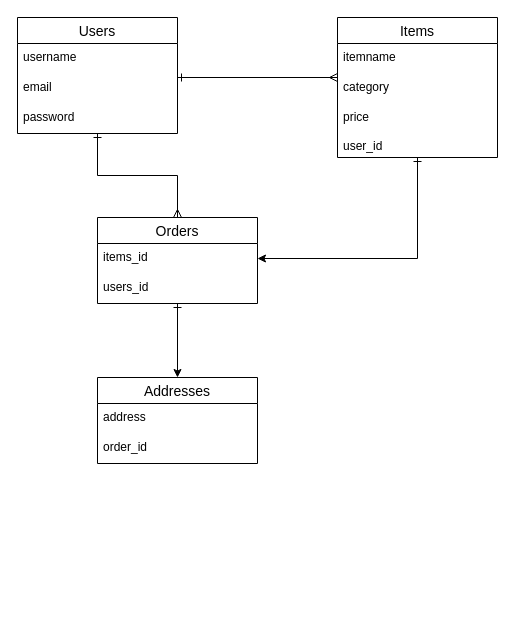
The draw.io diagram test.dio in nishikori0120/furima-165221, before the edit. Source tidied: cells renumbered, new cells numbered last; positions are measured from the earlier drawing's top-left corner, leaving out a move shared by most shapes. Both pictures are drawn from the tidied source at 100%, with x=0, y=0 at pixel (17, 17).
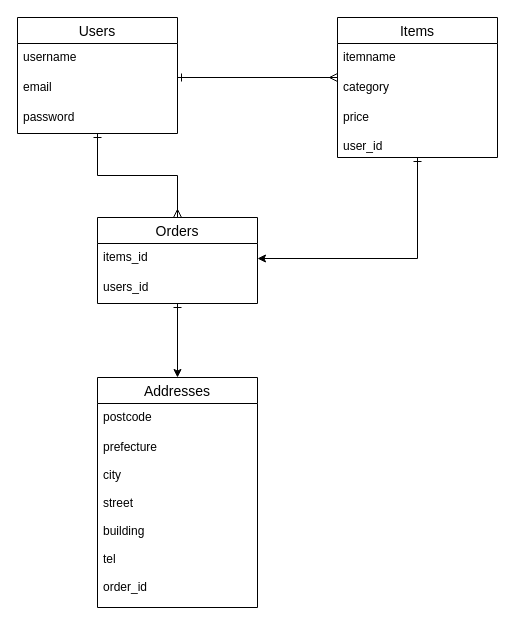
Above is the later version.

The edit, as a diff of the source:
```diff
@@
     <mxCell id="17" value="Addresses" style="swimlane;fontStyle=0;horizontal=1;startSize=26;align=center;fontSize=14;html=0;" parent="1" vertex="1">
-      <mxGeometry x="80" y="360" width="160" height="86" as="geometry" />
+      <mxGeometry x="80" y="360" width="160" height="230" as="geometry" />
     </mxCell>
-    <mxCell id="18" value="address" style="text;strokeColor=none;fillColor=none;spacingLeft=4;spacingRight=4;overflow=hidden;fontSize=12;" parent="17" vertex="1">
+    <mxCell id="18" value="postcode" style="text;strokeColor=none;fillColor=none;spacingLeft=4;spacingRight=4;overflow=hidden;fontSize=12;" parent="17" vertex="1">
       <mxGeometry y="26" width="160" height="30" as="geometry" />
     </mxCell>
-    <mxCell id="19" value="order_id" style="text;strokeColor=none;fillColor=none;spacingLeft=4;spacingRight=4;overflow=hidden;fontSize=12;" parent="17" vertex="1">
-      <mxGeometry y="56" width="160" height="30" as="geometry" />
+    <mxCell id="19" value="prefecture&#10;&#10;city&#10;&#10;street&#10;&#10;building&#10;&#10;tel&#10;&#10;order_id&#10;" style="text;strokeColor=none;fillColor=none;spacingLeft=4;spacingRight=4;overflow=hidden;fontSize=12;" parent="17" vertex="1">
+      <mxGeometry y="56" width="160" height="174" as="geometry" />
     </mxCell>
```
